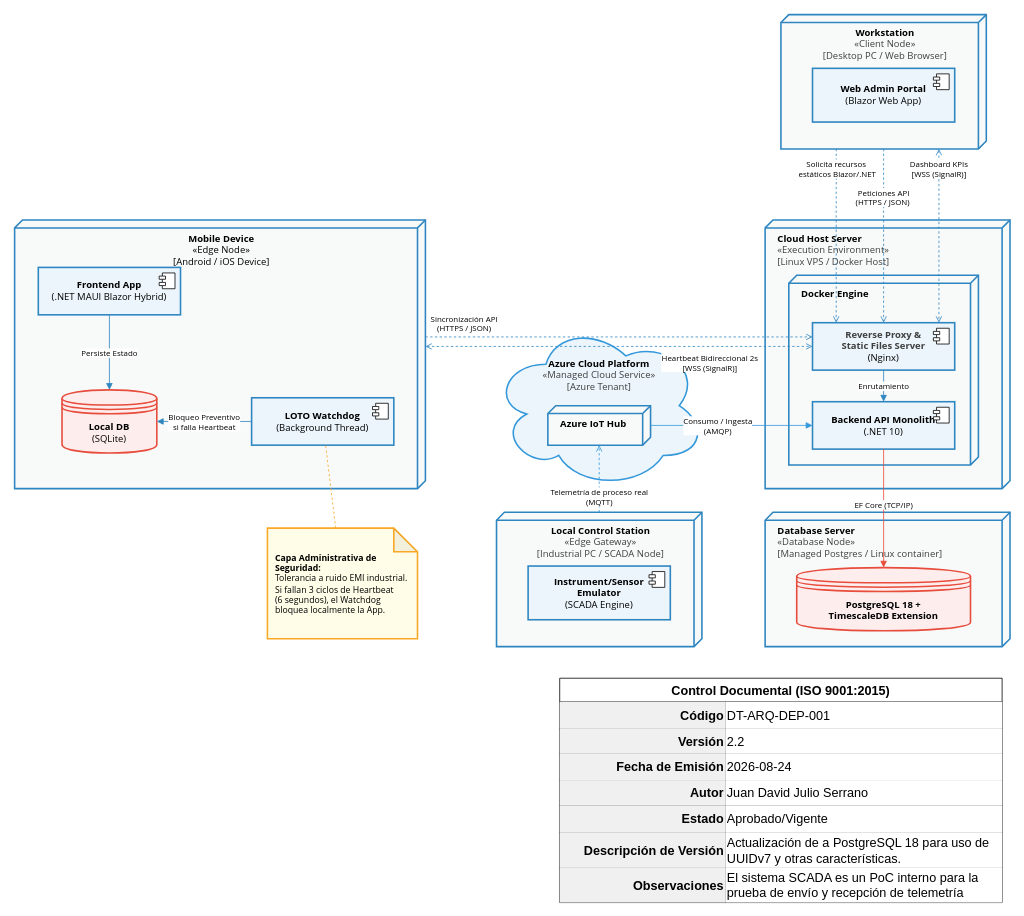
The draw.io diagram page "Ver 2.x" (2 of 2) of architecture/views/DT-ARQ-DEP-001-deployment-model.drawio in Novav20/adso-dteam-docs, before the edit. Source tidied: cells renumbered, new cells numbered last; positions are measured from the earlier drawing's top-left corner, leaving out a move shared by most shapes. Both pictures are drawn from the tidied source at 79%, with x=0, y=0 at pixel (14, 14).
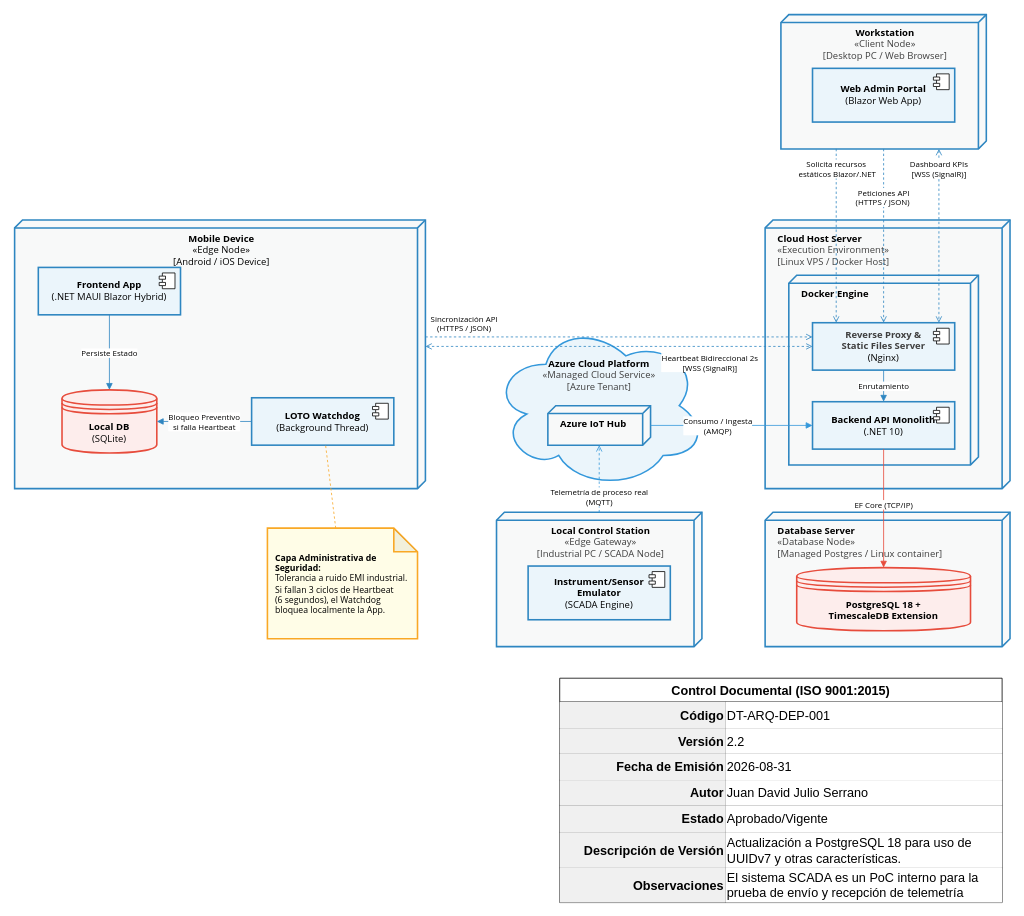
Above is the later version.

Unchanged cells that the change refers to:
```xml
<mxCell id="34" style="shape=tableRow;horizontal=0;startSize=0;swimlaneHead=0;swimlaneBody=0;strokeColor=inherit;top=0;left=0;bottom=0;right=0;fillColor=none;fontSize=16;" parent="27" vertex="1">
  <mxGeometry y="95" width="560" height="34" as="geometry" />
</mxCell>
<mxCell id="43" style="shape=tableRow;horizontal=0;startSize=0;swimlaneHead=0;swimlaneBody=0;strokeColor=inherit;top=0;left=0;bottom=0;right=0;fillColor=none;fontSize=16;" parent="27" vertex="1">
  <mxGeometry y="195" width="560" height="45" as="geometry" />
</mxCell>
```

Change to the diagram source:
```diff
@@
-    <mxCell id="36" value="2026-08-24" style="shape=partialRectangle;html=1;whiteSpace=wrap;strokeColor=inherit;overflow=hidden;fillColor=default;top=0;left=0;bottom=0;right=0;fontSize=16;align=left;" parent="34" vertex="1">
+    <mxCell id="36" value="2026-08-31" style="shape=partialRectangle;html=1;whiteSpace=wrap;strokeColor=inherit;overflow=hidden;fillColor=default;top=0;left=0;bottom=0;right=0;fontSize=16;align=left;" parent="34" vertex="1">
       <mxGeometry x="210" width="350" height="34" as="geometry" />
     </mxCell>
@@
-    <mxCell id="45" value="&lt;span style=&quot;color: rgb(0, 0, 0);&quot;&gt;Actualización de a PostgreSQL 18 para uso de UUIDv7 y otras características.&lt;/span&gt;" style="shape=partialRectangle;html=1;whiteSpace=wrap;strokeColor=inherit;overflow=hidden;fillColor=default;top=0;left=0;bottom=0;right=0;fontSize=16;align=left;" parent="43" vertex="1">
+    <mxCell id="45" value="&lt;span style=&quot;color: rgb(0, 0, 0);&quot;&gt;Actualización a PostgreSQL 18 para uso de UUIDv7 y otras características.&lt;/span&gt;" style="shape=partialRectangle;html=1;whiteSpace=wrap;strokeColor=inherit;overflow=hidden;fillColor=default;top=0;left=0;bottom=0;right=0;fontSize=16;align=left;" parent="43" vertex="1">
       <mxGeometry x="210" width="350" height="45" as="geometry" />
     </mxCell>
```
